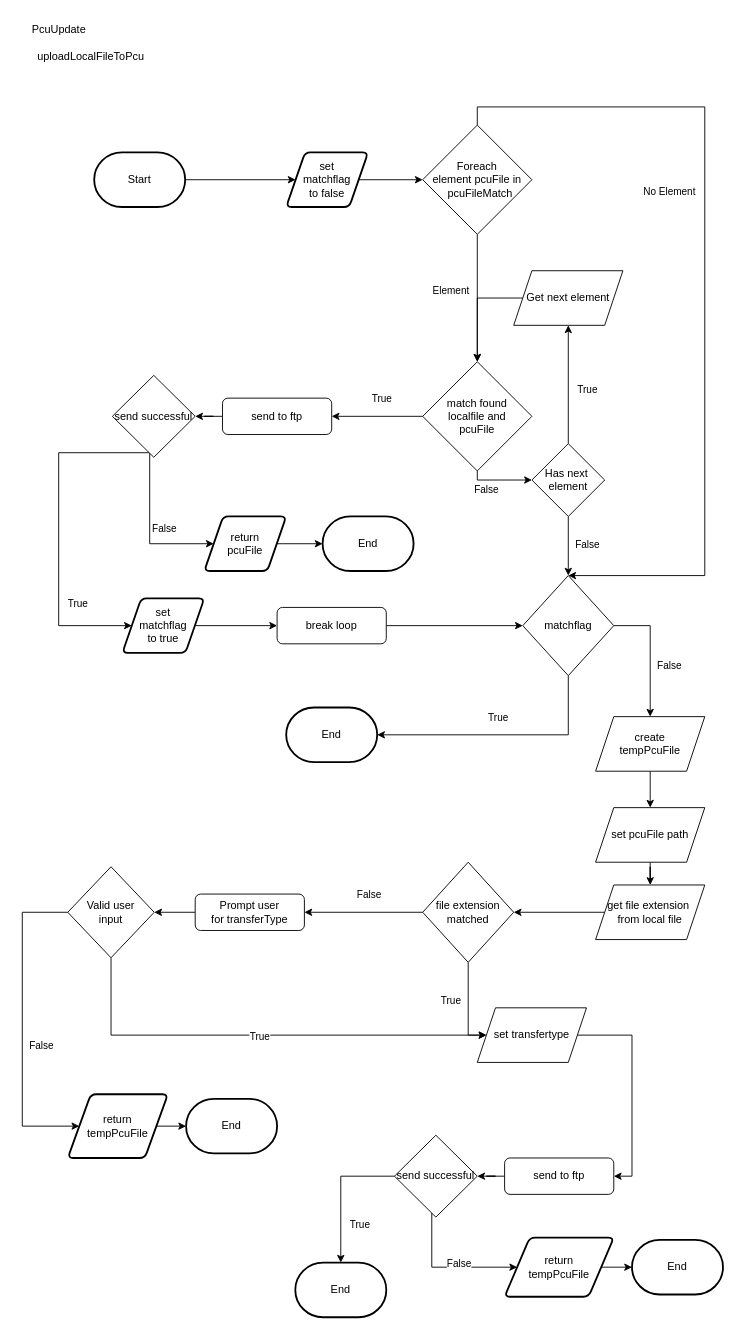
nicnike/Uml keeps this draw.io diagram as FlowChart/Update/UploadFile.drawio. Above is the earlier version. Source tidied: cells renumbered, new cells numbered last; positions are measured from the earlier drawing's top-left corner, leaving out a move shared by most shapes. Both pictures are drawn from the tidied source at 91%, with x=0, y=0 at pixel (22, 15).
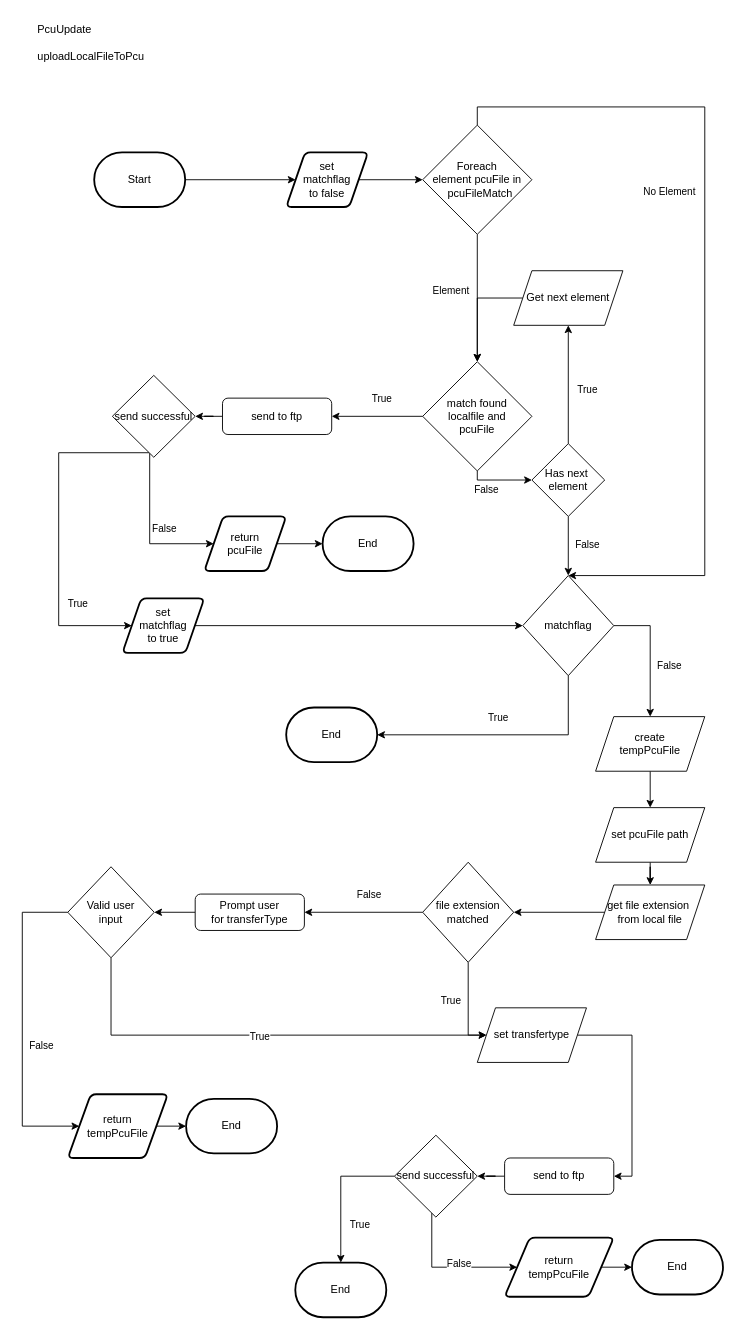
Above is the later version.

The change refers to these unchanged cells:
```xml
<mxCell id="24" value="matchflag" style="rhombus;whiteSpace=wrap;html=1;" parent="1" vertex="1">
  <mxGeometry x="550" y="615" width="100" height="110" as="geometry" />
</mxCell>
<mxCell id="36" value="set &lt;br&gt;matchflag&lt;br&gt;to true" style="shape=parallelogram;html=1;strokeWidth=2;perimeter=parallelogramPerimeter;whiteSpace=wrap;rounded=1;arcSize=12;size=0.23;" parent="1" vertex="1">
  <mxGeometry x="110" y="640" width="90" height="60" as="geometry" />
</mxCell>
```

What changed in the source:
```diff
@@
-    <mxCell id="6" value="PcuUpdate" style="text;html=1;align=center;verticalAlign=middle;strokeColor=none;fillColor=none;" parent="1" vertex="1">
-      <mxGeometry width="80" height="30" as="geometry" />
+    <mxCell id="6" value="&lt;div align=&quot;left&quot;&gt;PcuUpdate&lt;/div&gt;" style="text;html=1;align=left;verticalAlign=middle;strokeColor=none;fillColor=none;" parent="1" vertex="1">
+      <mxGeometry x="15" width="70" height="30" as="geometry" />
     </mxCell>
-    <mxCell id="7" value="uploadLocalFileToPcu" style="text;html=1;align=center;verticalAlign=middle;strokeColor=none;fillColor=none;" parent="1" vertex="1">
-      <mxGeometry y="30" width="150" height="30" as="geometry" />
+    <mxCell id="7" value="&lt;div align=&quot;left&quot;&gt;uploadLocalFileToPcu&lt;/div&gt;" style="text;html=1;align=left;verticalAlign=middle;strokeColor=none;fillColor=none;" parent="1" vertex="1">
+      <mxGeometry x="15" y="30" width="120" height="30" as="geometry" />
     </mxCell>
@@
-    <mxCell id="35" style="edgeStyle=orthogonalEdgeStyle;rounded=0;jettySize=auto;html=1;entryX=0;entryY=0.5;entryDx=0;entryDy=0;" parent="1" edge="1" source="36" target="38">
+    <mxCell id="35" style="edgeStyle=orthogonalEdgeStyle;rounded=0;jettySize=auto;html=1;entryX=0;entryY=0.5;entryDx=0;entryDy=0;" parent="1" edge="1" source="36" target="24">
       <mxGeometry relative="1" as="geometry" />
     </mxCell>
@@
-    <mxCell id="37" style="edgeStyle=orthogonalEdgeStyle;rounded=0;jettySize=auto;html=1;" parent="1" edge="1" source="38" target="24">
-      <mxGeometry relative="1" as="geometry" />
-    </mxCell>
-    <mxCell id="38" value="break loop" style="rounded=1;whiteSpace=wrap;html=1;fontSize=12;glass=0;strokeWidth=1;shadow=0;" parent="1" vertex="1">
-      <mxGeometry x="280" y="650" width="120" height="40" as="geometry" />
-    </mxCell>
```
